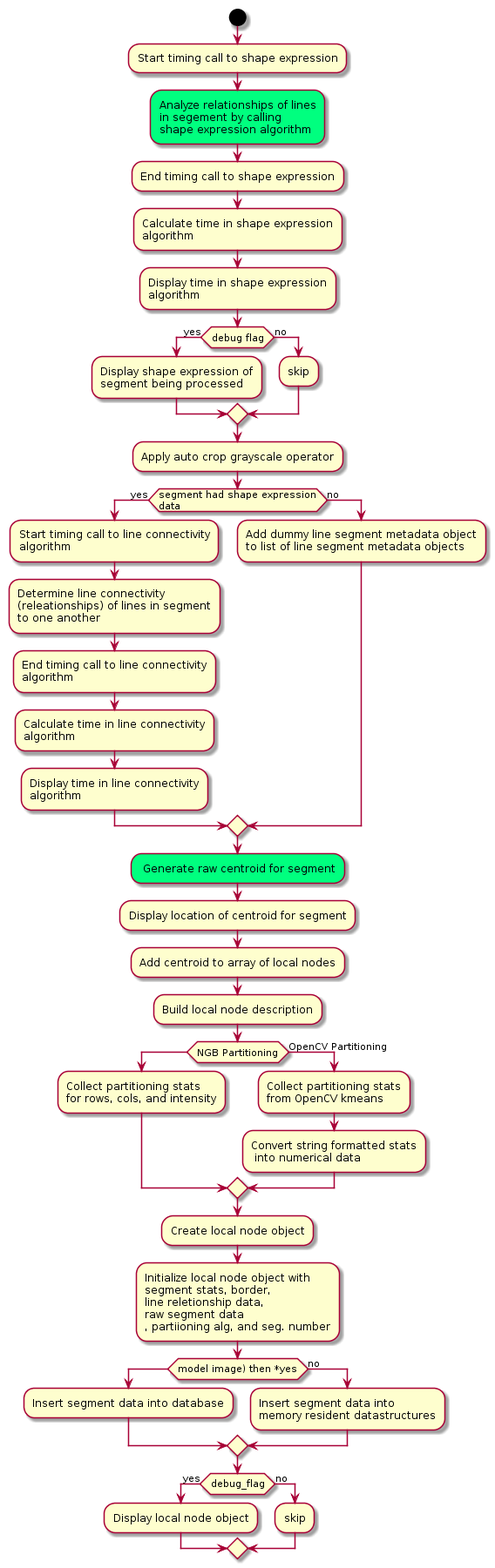
Above: docs/lgalgorithm_local_activity_2.png in mrobbeloth/obstruction (PlantUML), before the change.
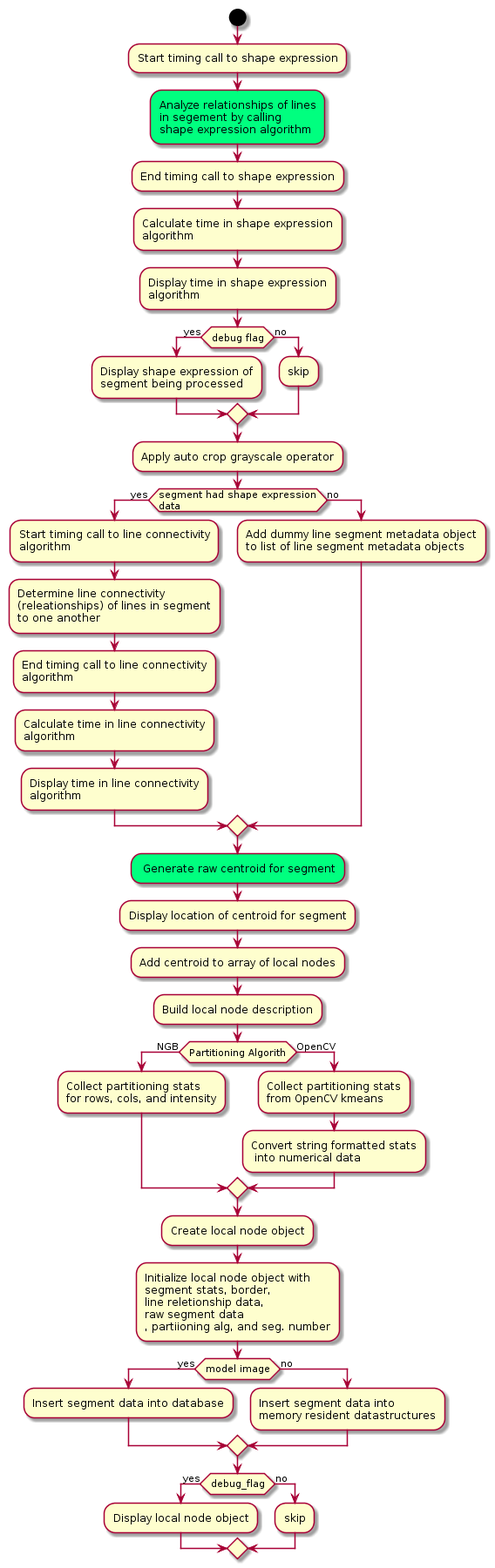
The same file after the commit.

Commit message:
Fix issues with control structures in local activity diagram

The edit, as a diff of the source:
```diff
@@ -30,9 +30,9 @@
 :Add centroid to array of local nodes;
 
 :Build local node description;
-if (NGB Partitioning) then
+if (Partitioning Algorith) then (NGB)
    :Collect partitioning stats\nfor rows, cols, and intensity;
-else (OpenCV Partitioning)
+else (OpenCV)
    :Collect partitioning stats\nfrom OpenCV kmeans;
    :Convert string formatted stats\n into numerical data;
 endif
@@ -40,7 +40,7 @@
 :Create local node object;
 :Initialize local node object with\nsegment stats, border,\nline reletionship data,\nraw segment data\n, partiioning alg, and seg. number;
 
-if (model image) then *yes)
+if (model image) then (yes)
    :Insert segment data into database;
 else (no)
    :Insert segment data into\nmemory resident datastructures;
```
